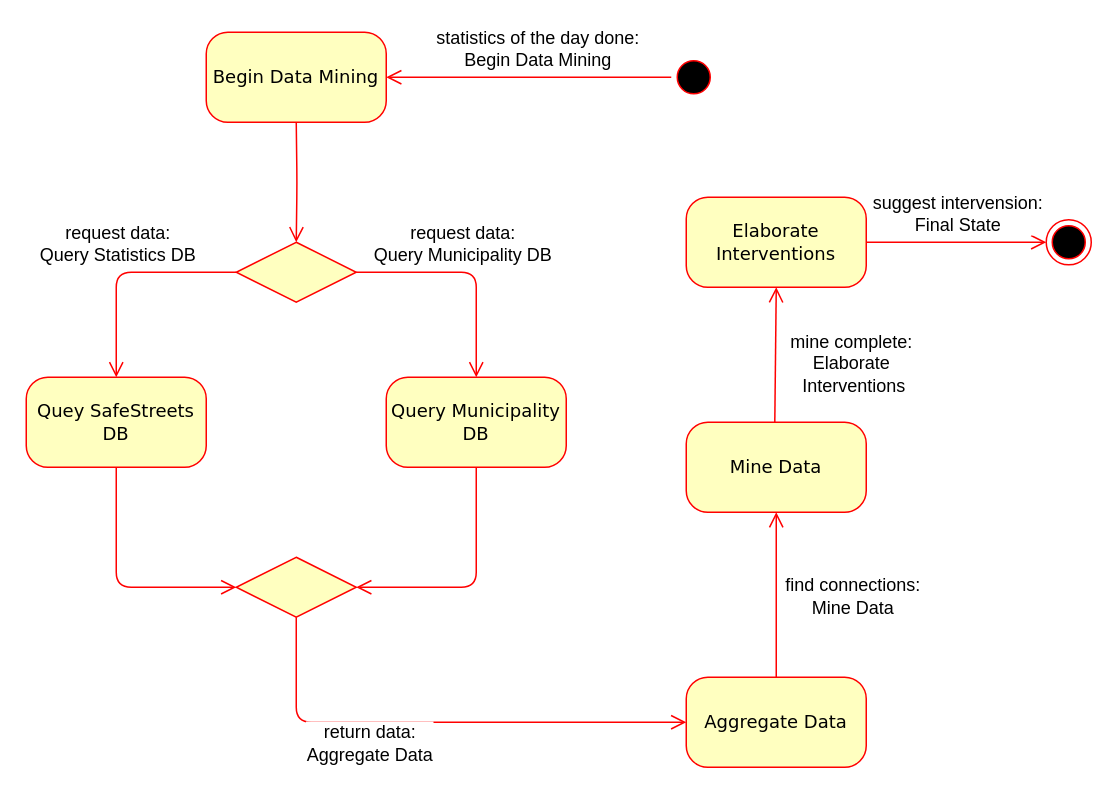
Above: RASD/diagrams/mineForInterventions.drawio in GiorgioUghini/SafeStreets (draw.io), before the change. Source tidied: cells renumbered, new cells numbered last; positions are measured from the earlier drawing's top-left corner, leaving out a move shared by most shapes. Both pictures are drawn from the tidied source at 150%, with x=0, y=0 at pixel (26, 32).
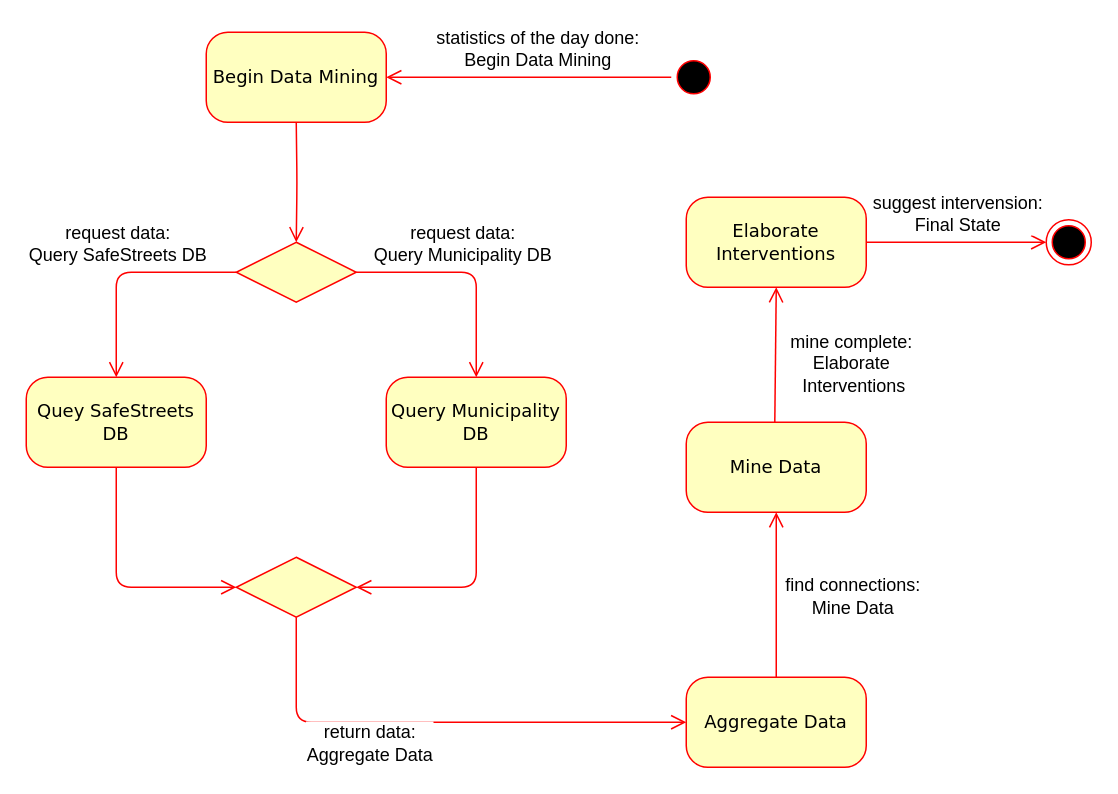
The same diagram, later.

Commit message (it also covers changes not shown here):
Fix typo mine for interventions

Unchanged cells that the change refers to:
```xml
<mxCell id="15" style="edgeStyle=orthogonalEdgeStyle;html=1;exitX=0;exitY=0.5;labelBackgroundColor=none;endArrow=open;endSize=8;strokeColor=#ff0000;fontFamily=Verdana;fontSize=12;align=left;entryX=0.5;entryY=0;entryDx=0;entryDy=0;exitDx=0;exitDy=0;" parent="1" edge="1" source="12" target="13">
  <mxGeometry relative="1" as="geometry" />
</mxCell>
```

The edit, as a diff of the source:
```diff
@@
-    <mxCell id="16" value="request data:&lt;br&gt;Query Statistics DB" style="text;html=1;align=center;verticalAlign=middle;labelBackgroundColor=#ffffff;" parent="15" vertex="1">
+    <mxCell id="16" value="request data:&lt;br&gt;Query SafeStreets DB" style="text;html=1;align=center;verticalAlign=middle;labelBackgroundColor=#ffffff;" parent="15" vertex="1">
       <mxGeometry x="-0.27" y="-4" relative="1" as="geometry">
         <mxPoint x="-25" y="-16" as="offset" />
       </mxGeometry>
     </mxCell>
```
